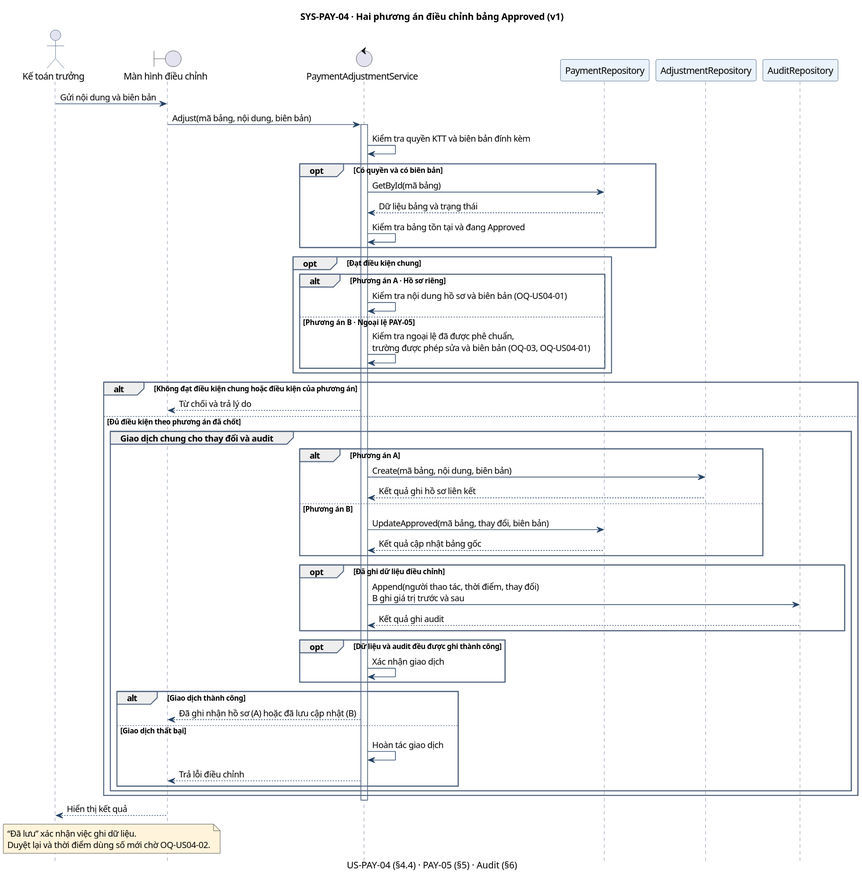
Spring-anzuaviv/03-SEMINAR-TA1 keeps this PlantUML diagram as docs/design/payment-management/v1/diagrams/seq-us-04-v1.svg. Above is the earlier version.
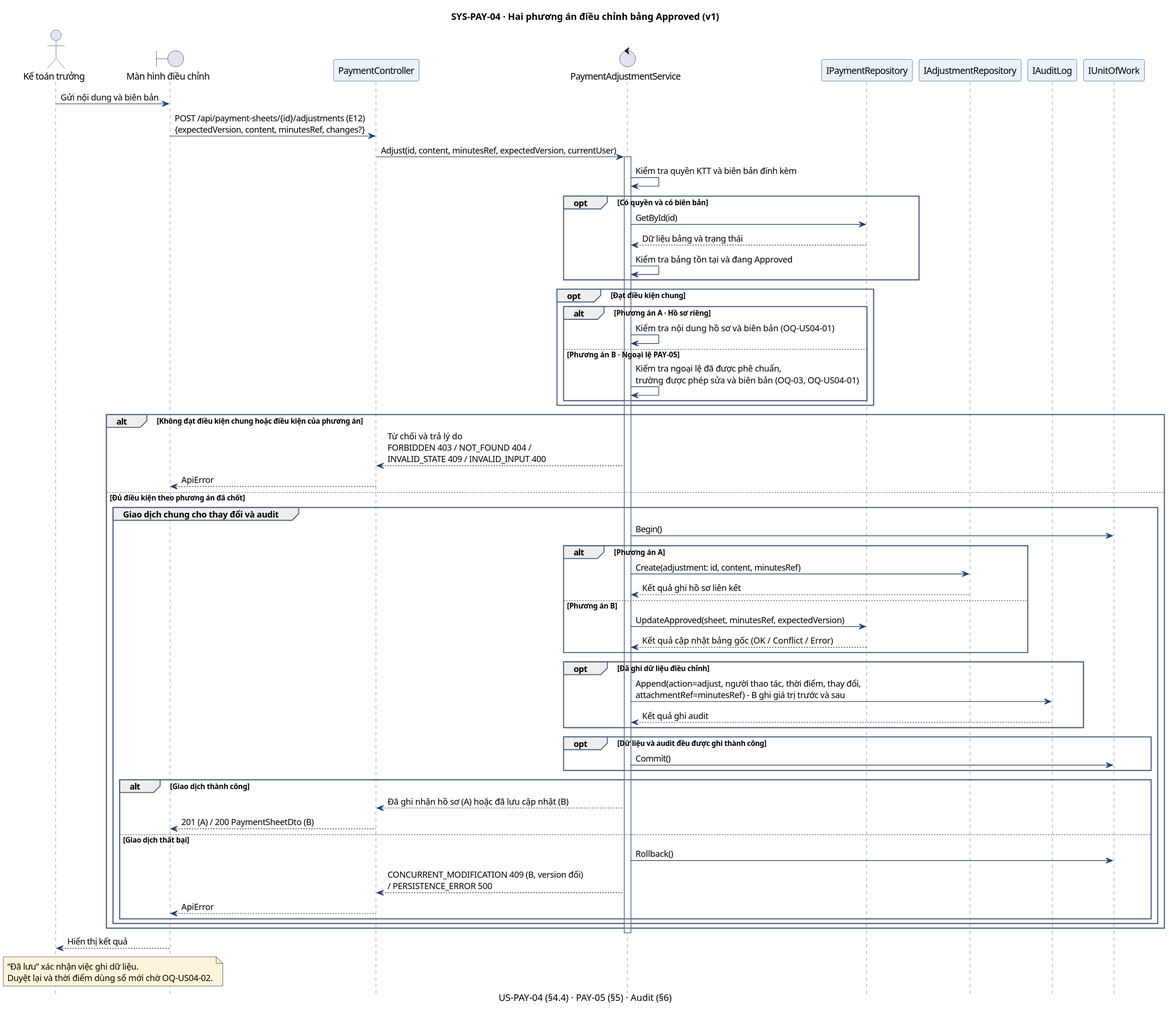
Later version of the same file.

Change to the diagram source:
```diff
@@ -16,17 +16,20 @@
 
 actor "Kế toán trưởng" as KTT
 boundary "Màn hình điều chỉnh" as UI
+participant PaymentController as API
 control PaymentAdjustmentService as Service
-participant PaymentRepository as PaymentRepo
-participant AdjustmentRepository as AdjustmentRepo
-participant AuditRepository as AuditRepo
+participant IPaymentRepository as PaymentRepo
+participant IAdjustmentRepository as AdjustmentRepo
+participant IAuditLog as AuditLog
+participant IUnitOfWork as UOW
 
 KTT -> UI : Gửi nội dung và biên bản
-UI -> Service : Adjust(mã bảng, nội dung, biên bản)
+UI -> API : POST /api/payment-sheets/{id}/adjustments (E12)\n{expectedVersion, content, minutesRef, changes?}
+API -> Service : Adjust(id, content, minutesRef, expectedVersion, currentUser)
 activate Service
 Service -> Service : Kiểm tra quyền KTT và biên bản đính kèm
 opt Có quyền và có biên bản
-  Service -> PaymentRepo : GetById(mã bảng)
+  Service -> PaymentRepo : GetById(id)
   PaymentRepo --> Service : Dữ liệu bảng và trạng thái
   Service -> Service : Kiểm tra bảng tồn tại và đang Approved
 end
@@ -40,28 +43,32 @@
 end
 
 alt Không đạt điều kiện chung hoặc điều kiện của phương án
-  Service --> UI : Từ chối và trả lý do
+  Service --> API : Từ chối và trả lý do\nFORBIDDEN 403 / NOT_FOUND 404 /\nINVALID_STATE 409 / INVALID_INPUT 400
+  API --> UI : ApiError
 else Đủ điều kiện theo phương án đã chốt
   group Giao dịch chung cho thay đổi và audit
+    Service -> UOW : Begin()
     alt Phương án A
-      Service -> AdjustmentRepo : Create(mã bảng, nội dung, biên bản)
+      Service -> AdjustmentRepo : Create(adjustment: id, content, minutesRef)
       AdjustmentRepo --> Service : Kết quả ghi hồ sơ liên kết
     else Phương án B
-      Service -> PaymentRepo : UpdateApproved(mã bảng, thay đổi, biên bản)
-      PaymentRepo --> Service : Kết quả cập nhật bảng gốc
+      Service -> PaymentRepo : UpdateApproved(sheet, minutesRef, expectedVersion)
+      PaymentRepo --> Service : Kết quả cập nhật bảng gốc (OK / Conflict / Error)
     end
     opt Đã ghi dữ liệu điều chỉnh
-      Service -> AuditRepo : Append(người thao tác, thời điểm, thay đổi)\nB ghi giá trị trước và sau
-      AuditRepo --> Service : Kết quả ghi audit
+      Service -> AuditLog : Append(action=adjust, người thao tác, thời điểm, thay đổi,\nattachmentRef=minutesRef) - B ghi giá trị trước và sau
+      AuditLog --> Service : Kết quả ghi audit
     end
     opt Dữ liệu và audit đều được ghi thành công
-      Service -> Service : Xác nhận giao dịch
+      Service -> UOW : Commit()
     end
     alt Giao dịch thành công
-      Service --> UI : Đã ghi nhận hồ sơ (A) hoặc đã lưu cập nhật (B)
+      Service --> API : Đã ghi nhận hồ sơ (A) hoặc đã lưu cập nhật (B)
+      API --> UI : 201 (A) / 200 PaymentSheetDto (B)
     else Giao dịch thất bại
-      Service -> Service : Hoàn tác giao dịch
-      Service --> UI : Trả lỗi điều chỉnh
+      Service -> UOW : Rollback()
+      Service --> API : CONCURRENT_MODIFICATION 409 (B, version đổi)\n/ PERSISTENCE_ERROR 500
+      API --> UI : ApiError
     end
   end
 end
```
